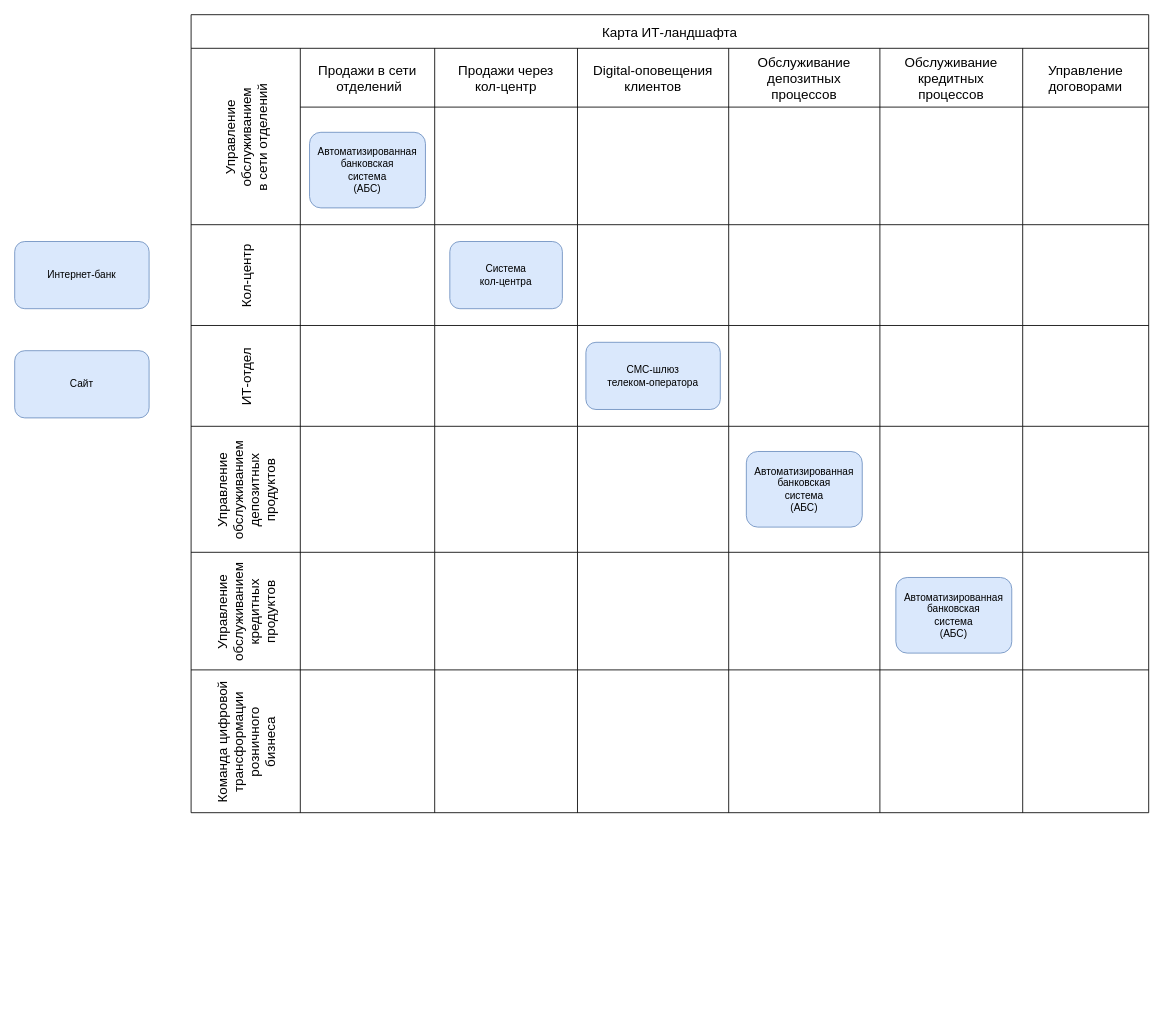
Before: task1/it-landscape.drawio in theart84/architecture-standart, a draw.io diagram. Source tidied: cells renumbered, new cells numbered last; positions are measured from the earlier drawing's top-left corner, leaving out a move shared by most shapes. Both pictures are drawn from the tidied source at 84%, with x=0, y=0 at pixel (14, 14).
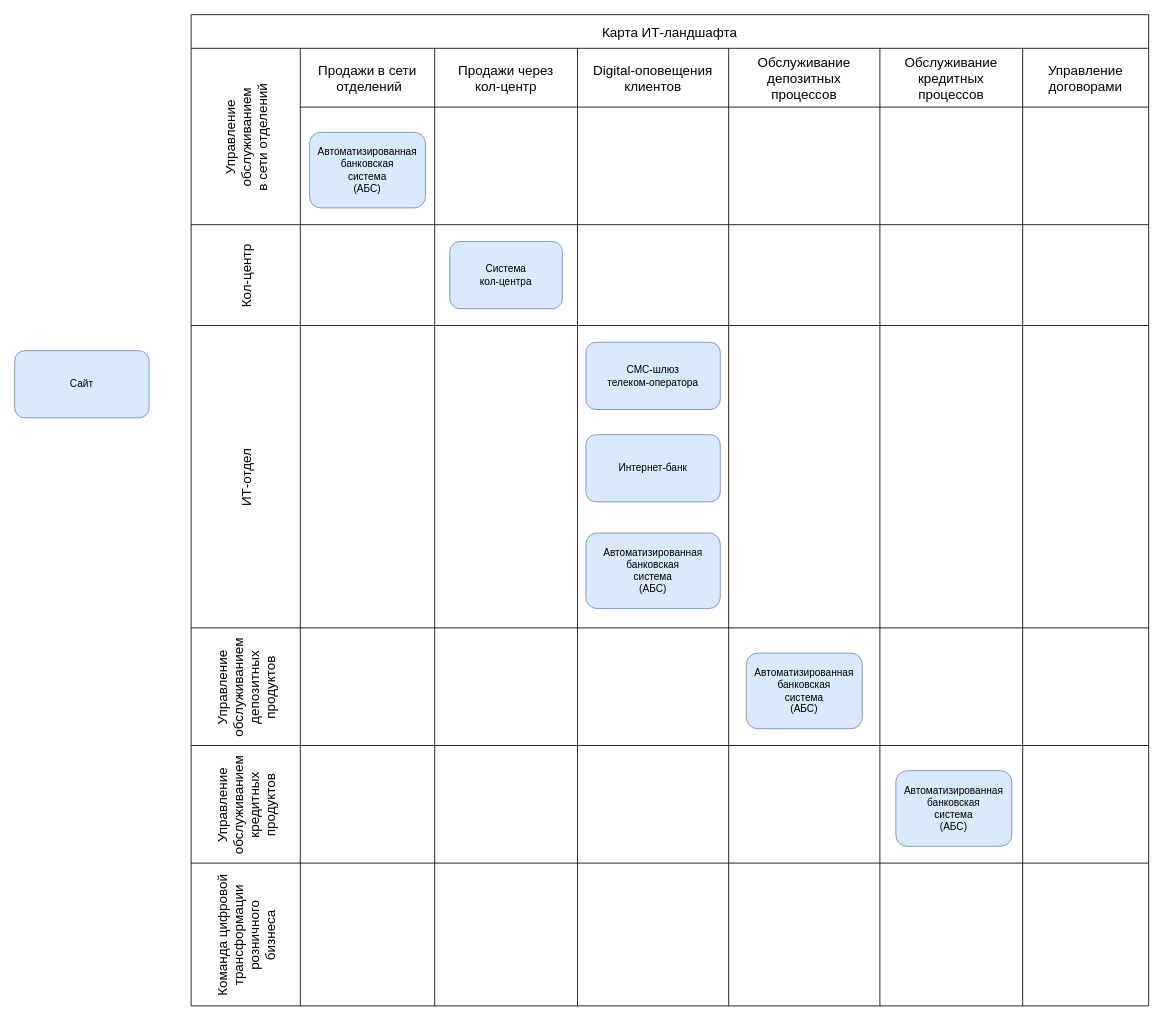
Above is the later version.

Diff of the diagram source:
```diff
@@
     <mxCell id="2" value="Карта ИТ-ландшафта" style="shape=table;childLayout=tableLayout;startSize=40;fontSize=16;" parent="1" vertex="1">
-      <mxGeometry x="210" width="1140" height="950" as="geometry" />
+      <mxGeometry x="210" width="1140" height="1180" as="geometry" />
     </mxCell>
@@
     <mxCell id="19" value="ИТ-отдел" style="shape=tableRow;horizontal=0;swimlaneHead=0;swimlaneBody=0;top=0;left=0;strokeColor=inherit;bottom=0;right=0;fontStyle=0;fillColor=none;startSize=130;fontSize=16;" parent="2" vertex="1">
-      <mxGeometry y="370" width="1140" height="120" as="geometry" />
+      <mxGeometry y="370" width="1140" height="360" as="geometry" />
     </mxCell>
     <mxCell id="20" style="swimlane;swimlaneHead=0;swimlaneBody=0;fontStyle=0;strokeColor=inherit;fillColor=none;startSize=0;fontSize=16;" parent="19" vertex="1">
-      <mxGeometry x="130" width="160" height="120" as="geometry" />
+      <mxGeometry x="130" width="160" height="360" as="geometry" />
     </mxCell>
     <mxCell id="21" style="swimlane;swimlaneHead=0;swimlaneBody=0;fontStyle=0;strokeColor=inherit;fillColor=none;startSize=0;fontSize=16;" parent="19" vertex="1">
-      <mxGeometry x="290" width="170" height="120" as="geometry" />
+      <mxGeometry x="290" width="170" height="360" as="geometry" />
     </mxCell>
     <mxCell id="22" style="swimlane;swimlaneHead=0;swimlaneBody=0;fontStyle=0;strokeColor=inherit;fillColor=none;startSize=0;fontSize=16;" parent="19" vertex="1">
-      <mxGeometry x="460" width="180" height="120" as="geometry" />
+      <mxGeometry x="460" width="180" height="360" as="geometry" />
     </mxCell>
@@
+    <mxCell id="51" value="Интернет-банк" style="rounded=1;whiteSpace=wrap;html=1;fillColor=#dae8fc;strokeColor=#6c8ebf;" parent="22" vertex="1">
+      <mxGeometry x="10" y="130" width="160" height="80" as="geometry" />
+    </mxCell>
+    <mxCell id="53" value="Автоматизированная&lt;div&gt;банковская&lt;/div&gt;&lt;div&gt;система&lt;/div&gt;&lt;div&gt;(АБС)&lt;/div&gt;" style="rounded=1;whiteSpace=wrap;html=1;fillColor=#dae8fc;strokeColor=#6c8ebf;" parent="22" vertex="1">
+      <mxGeometry x="10" y="247" width="160" height="90" as="geometry" />
+    </mxCell>
     <mxCell id="24" style="swimlane;swimlaneHead=0;swimlaneBody=0;fontStyle=0;strokeColor=inherit;fillColor=none;startSize=0;fontSize=16;" parent="19" vertex="1">
-      <mxGeometry x="640" width="180" height="120" as="geometry" />
+      <mxGeometry x="640" width="180" height="360" as="geometry" />
     </mxCell>
     <mxCell id="25" style="swimlane;swimlaneHead=0;swimlaneBody=0;fontStyle=0;strokeColor=inherit;fillColor=none;startSize=0;fontSize=16;" parent="19" vertex="1">
-      <mxGeometry x="820" width="170" height="120" as="geometry" />
+      <mxGeometry x="820" width="170" height="360" as="geometry" />
     </mxCell>
     <mxCell id="26" style="swimlane;swimlaneHead=0;swimlaneBody=0;fontStyle=0;strokeColor=inherit;fillColor=none;startSize=0;fontSize=16;" parent="19" vertex="1">
-      <mxGeometry x="990" width="150" height="120" as="geometry" />
+      <mxGeometry x="990" width="150" height="360" as="geometry" />
     </mxCell>
     <mxCell id="27" value="Управление&#10;обслуживанием&#10;депозитных&#10;продуктов" style="shape=tableRow;horizontal=0;swimlaneHead=0;swimlaneBody=0;top=0;left=0;strokeColor=inherit;bottom=0;right=0;fontStyle=0;fillColor=none;startSize=130;fontSize=16;" parent="2" vertex="1">
-      <mxGeometry y="490" width="1140" height="150" as="geometry" />
+      <mxGeometry y="730" width="1140" height="140" as="geometry" />
     </mxCell>
     <mxCell id="28" style="swimlane;swimlaneHead=0;swimlaneBody=0;fontStyle=0;strokeColor=inherit;fillColor=none;startSize=0;fontSize=16;" parent="27" vertex="1">
-      <mxGeometry x="130" width="160" height="150" as="geometry" />
+      <mxGeometry x="130" width="160" height="140" as="geometry" />
     </mxCell>
     <mxCell id="29" style="swimlane;swimlaneHead=0;swimlaneBody=0;fontStyle=0;strokeColor=inherit;fillColor=none;startSize=0;fontSize=16;" parent="27" vertex="1">
-      <mxGeometry x="290" width="170" height="150" as="geometry" />
+      <mxGeometry x="290" width="170" height="140" as="geometry" />
     </mxCell>
     <mxCell id="30" style="swimlane;swimlaneHead=0;swimlaneBody=0;fontStyle=0;strokeColor=inherit;fillColor=none;startSize=0;fontSize=16;" parent="27" vertex="1">
-      <mxGeometry x="460" width="180" height="150" as="geometry" />
+      <mxGeometry x="460" width="180" height="140" as="geometry" />
     </mxCell>
     <mxCell id="31" style="swimlane;swimlaneHead=0;swimlaneBody=0;fontStyle=0;strokeColor=inherit;fillColor=none;startSize=0;fontSize=16;" parent="27" vertex="1">
-      <mxGeometry x="640" width="180" height="150" as="geometry" />
+      <mxGeometry x="640" width="180" height="140" as="geometry" />
     </mxCell>
@@
     <mxCell id="33" style="swimlane;swimlaneHead=0;swimlaneBody=0;fontStyle=0;strokeColor=inherit;fillColor=none;startSize=0;fontSize=16;" parent="27" vertex="1">
-      <mxGeometry x="820" width="170" height="150" as="geometry" />
+      <mxGeometry x="820" width="170" height="140" as="geometry" />
     </mxCell>
     <mxCell id="34" style="swimlane;swimlaneHead=0;swimlaneBody=0;fontStyle=0;strokeColor=inherit;fillColor=none;startSize=0;fontSize=16;" parent="27" vertex="1">
-      <mxGeometry x="990" width="150" height="150" as="geometry" />
+      <mxGeometry x="990" width="150" height="140" as="geometry" />
     </mxCell>
     <mxCell id="35" value="Управление&#10;обслуживанием&#10;кредитных&#10;продуктов" style="shape=tableRow;horizontal=0;swimlaneHead=0;swimlaneBody=0;top=0;left=0;strokeColor=inherit;bottom=0;right=0;fontStyle=0;fillColor=none;startSize=130;fontSize=16;" parent="2" vertex="1">
-      <mxGeometry y="640" width="1140" height="140" as="geometry" />
+      <mxGeometry y="870" width="1140" height="140" as="geometry" />
     </mxCell>
@@
     <mxCell id="43" value="Команда цифровой&#10;трансформации&#10;розничного&#10;бизнеса" style="shape=tableRow;horizontal=0;swimlaneHead=0;swimlaneBody=0;top=0;left=0;strokeColor=inherit;bottom=0;right=0;fontStyle=0;fillColor=none;startSize=130;fontSize=16;" parent="2" vertex="1">
-      <mxGeometry y="780" width="1140" height="170" as="geometry" />
+      <mxGeometry y="1010" width="1140" height="170" as="geometry" />
     </mxCell>
@@
-    <mxCell id="51" value="Интернет-банк" style="rounded=1;whiteSpace=wrap;html=1;fillColor=#dae8fc;strokeColor=#6c8ebf;" parent="1" vertex="1">
-      <mxGeometry y="270" width="160" height="80" as="geometry" />
-    </mxCell>
```
